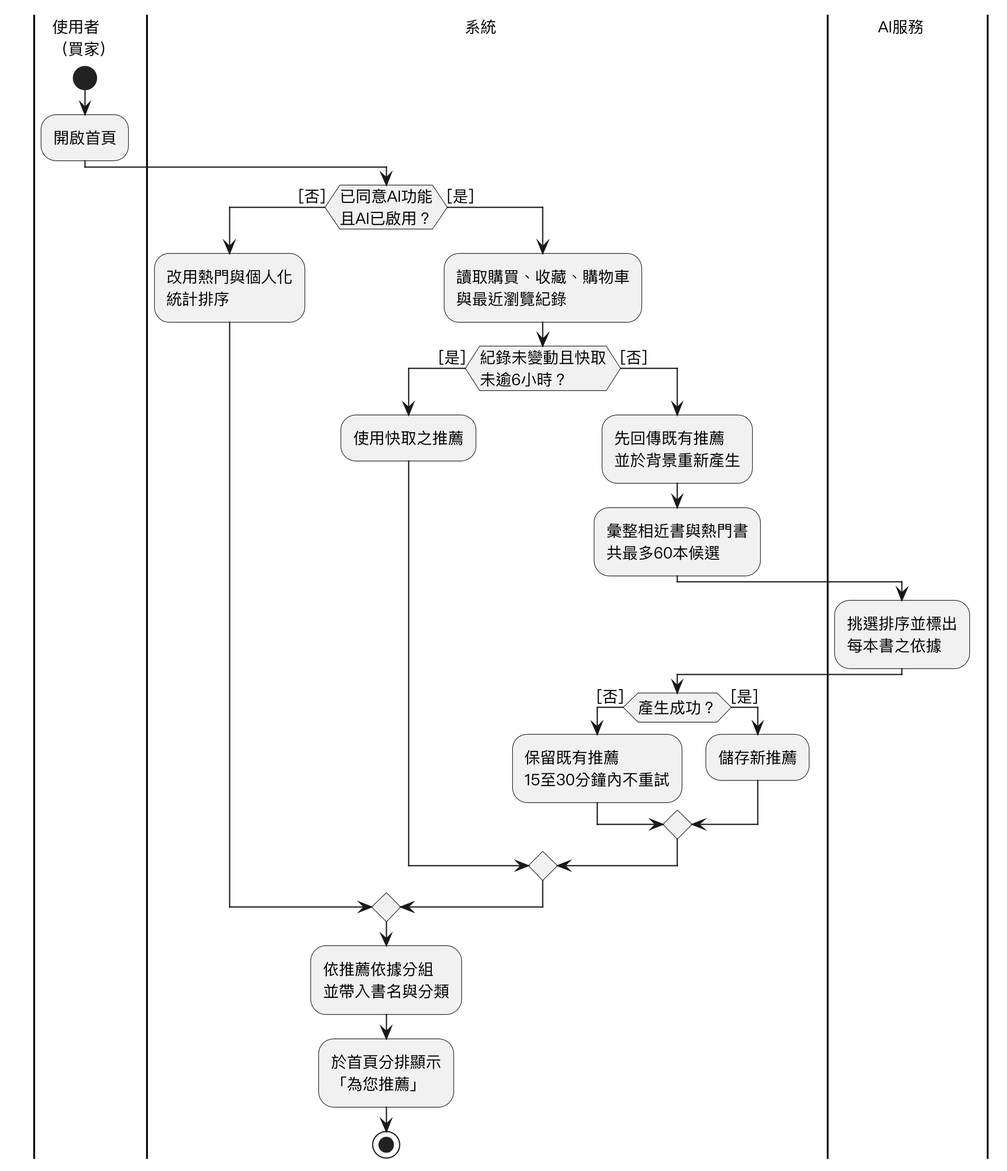
Earlier version of the PlantUML export Diagrams/Activity diagram/v3/uc23.png (SaveMyBook/SaveMyBook).
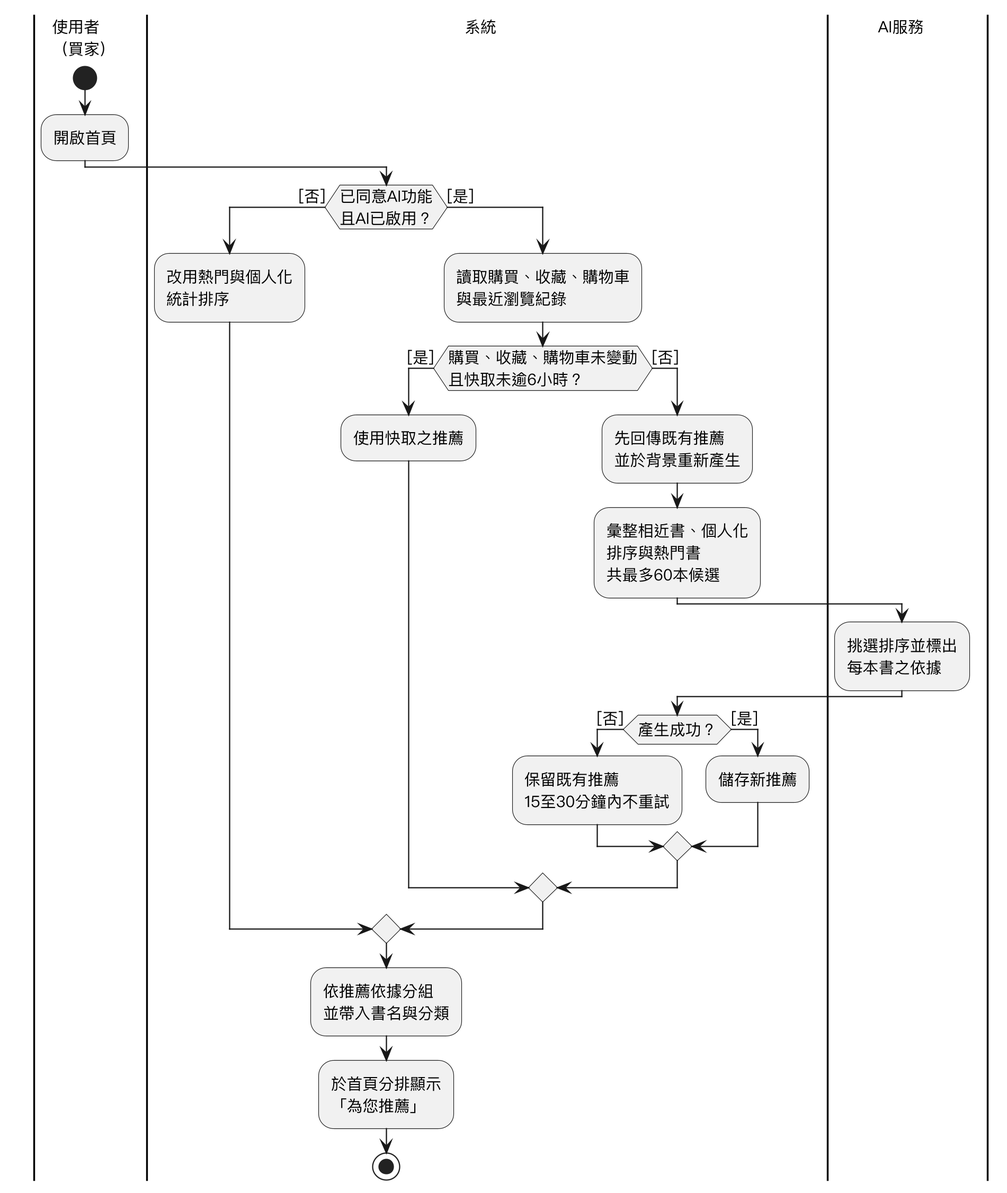
Later version of the same file.

The edit, as a diff of the source:
```diff
@@ -13,11 +13,11 @@
   :改用熱門與個人化\n統計排序;
 else ([是])
   :讀取購買、收藏、購物車\n與最近瀏覽紀錄;
-  if (紀錄未變動且快取\n未逾6小時？) then ([是])
+  if (購買、收藏、購物車未變動\n且快取未逾6小時？) then ([是])
     :使用快取之推薦;
   else ([否])
     :先回傳既有推薦\n並於背景重新產生;
-    :彙整相近書與熱門書\n共最多60本候選;
+    :彙整相近書、個人化\n排序與熱門書\n共最多60本候選;
     |AI服務|
     :挑選排序並標出\n每本書之依據;
     |系統|
```
